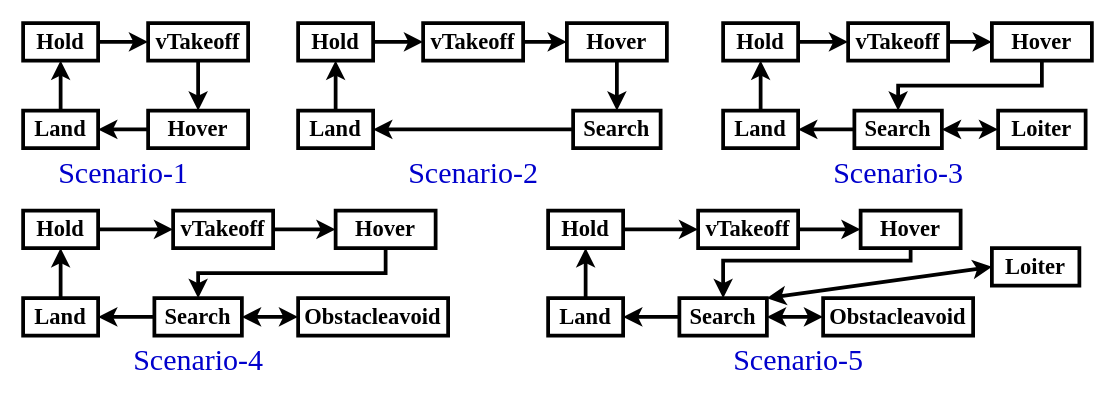
Above: page "Page-5" (5 of 6) of cvpr-paper.drawio in mrinmoysarkar/draw_io_projects (draw.io), before the change. Source tidied: cells renumbered, new cells numbered last; positions are measured from the earlier drawing's top-left corner, leaving out a move shared by most shapes. Both pictures are drawn from the tidied source at 125%, with x=0, y=0 at pixel (22, 22).
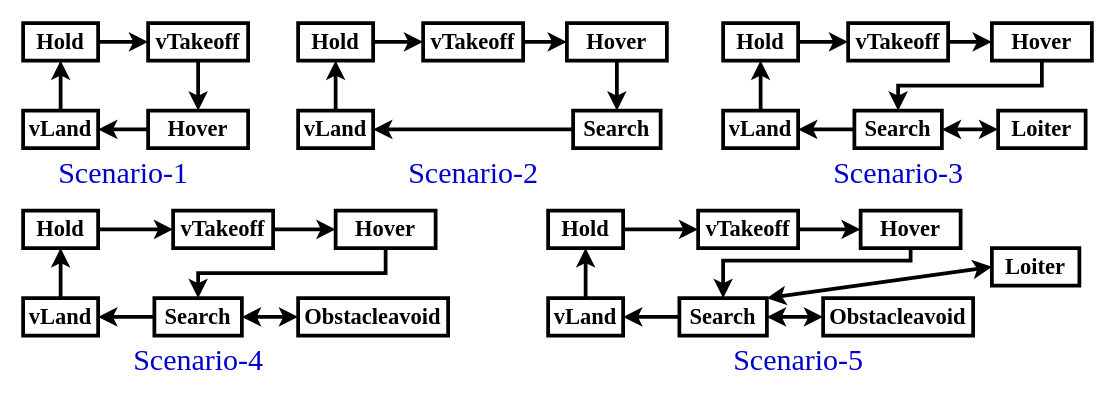
The same diagram, later.

Change to the diagram source:
```diff
@@
-    <mxCell id="11" value="&lt;font style=&quot;font-size: 18px&quot; face=&quot;Times New Roman&quot;&gt;&lt;b&gt;Land&lt;/b&gt;&lt;/font&gt;" style="rounded=0;whiteSpace=wrap;html=1;strokeWidth=3;" parent="1" vertex="1">
+    <mxCell id="11" value="&lt;font style=&quot;font-size: 18px&quot; face=&quot;Times New Roman&quot;&gt;&lt;b&gt;vLand&lt;/b&gt;&lt;/font&gt;" style="rounded=0;whiteSpace=wrap;html=1;strokeWidth=3;" parent="1" vertex="1">
       <mxGeometry y="70" width="60" height="30" as="geometry" />
     </mxCell>
@@
-    <mxCell id="19" value="&lt;font style=&quot;font-size: 18px&quot; face=&quot;Times New Roman&quot;&gt;&lt;b&gt;Land&lt;/b&gt;&lt;/font&gt;" style="rounded=0;whiteSpace=wrap;html=1;strokeWidth=3;" parent="1" vertex="1">
+    <mxCell id="19" value="&lt;font style=&quot;font-size: 18px&quot; face=&quot;Times New Roman&quot;&gt;&lt;b&gt;vLand&lt;/b&gt;&lt;/font&gt;" style="rounded=0;whiteSpace=wrap;html=1;strokeWidth=3;" parent="1" vertex="1">
       <mxGeometry x="220" y="70" width="60" height="30" as="geometry" />
     </mxCell>
@@
-    <mxCell id="29" value="&lt;font style=&quot;font-size: 18px&quot; face=&quot;Times New Roman&quot;&gt;&lt;b&gt;Land&lt;/b&gt;&lt;/font&gt;" style="rounded=0;whiteSpace=wrap;html=1;strokeWidth=3;" parent="1" vertex="1">
+    <mxCell id="29" value="&lt;font style=&quot;font-size: 18px&quot; face=&quot;Times New Roman&quot;&gt;&lt;b&gt;vLand&lt;/b&gt;&lt;/font&gt;" style="rounded=0;whiteSpace=wrap;html=1;strokeWidth=3;" parent="1" vertex="1">
       <mxGeometry x="560" y="70" width="60" height="30" as="geometry" />
     </mxCell>
@@
-    <mxCell id="41" value="&lt;font style=&quot;font-size: 18px&quot; face=&quot;Times New Roman&quot;&gt;&lt;b&gt;Land&lt;/b&gt;&lt;/font&gt;" style="rounded=0;whiteSpace=wrap;html=1;strokeWidth=3;" parent="1" vertex="1">
+    <mxCell id="41" value="&lt;font style=&quot;font-size: 18px&quot; face=&quot;Times New Roman&quot;&gt;&lt;b&gt;vLand&lt;/b&gt;&lt;/font&gt;" style="rounded=0;whiteSpace=wrap;html=1;strokeWidth=3;" parent="1" vertex="1">
       <mxGeometry y="220" width="60" height="30" as="geometry" />
     </mxCell>
@@
-    <mxCell id="53" value="&lt;font style=&quot;font-size: 18px&quot; face=&quot;Times New Roman&quot;&gt;&lt;b&gt;Land&lt;/b&gt;&lt;/font&gt;" style="rounded=0;whiteSpace=wrap;html=1;strokeWidth=3;" parent="1" vertex="1">
+    <mxCell id="53" value="&lt;font style=&quot;font-size: 18px&quot; face=&quot;Times New Roman&quot;&gt;&lt;b&gt;vLand&lt;/b&gt;&lt;/font&gt;" style="rounded=0;whiteSpace=wrap;html=1;strokeWidth=3;" parent="1" vertex="1">
       <mxGeometry x="420" y="220" width="60" height="30" as="geometry" />
     </mxCell>
```
